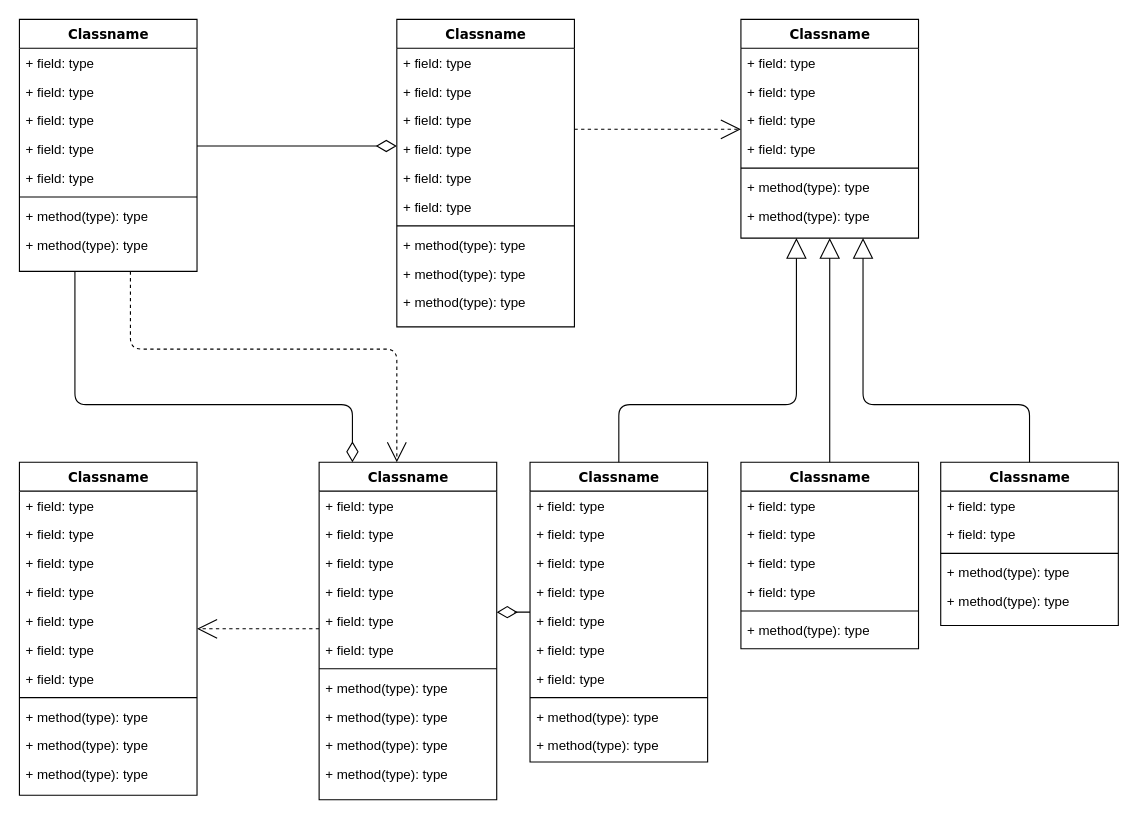
The draw.io diagram Untitled Diagram.drawio in Bevans13/personal_projects, before the edit. Source tidied: cells renumbered, new cells numbered last; positions are measured from the earlier drawing's top-left corner, leaving out a move shared by most shapes. Both pictures are drawn from the tidied source at 111%, with x=0, y=0 at pixel (19, 19).
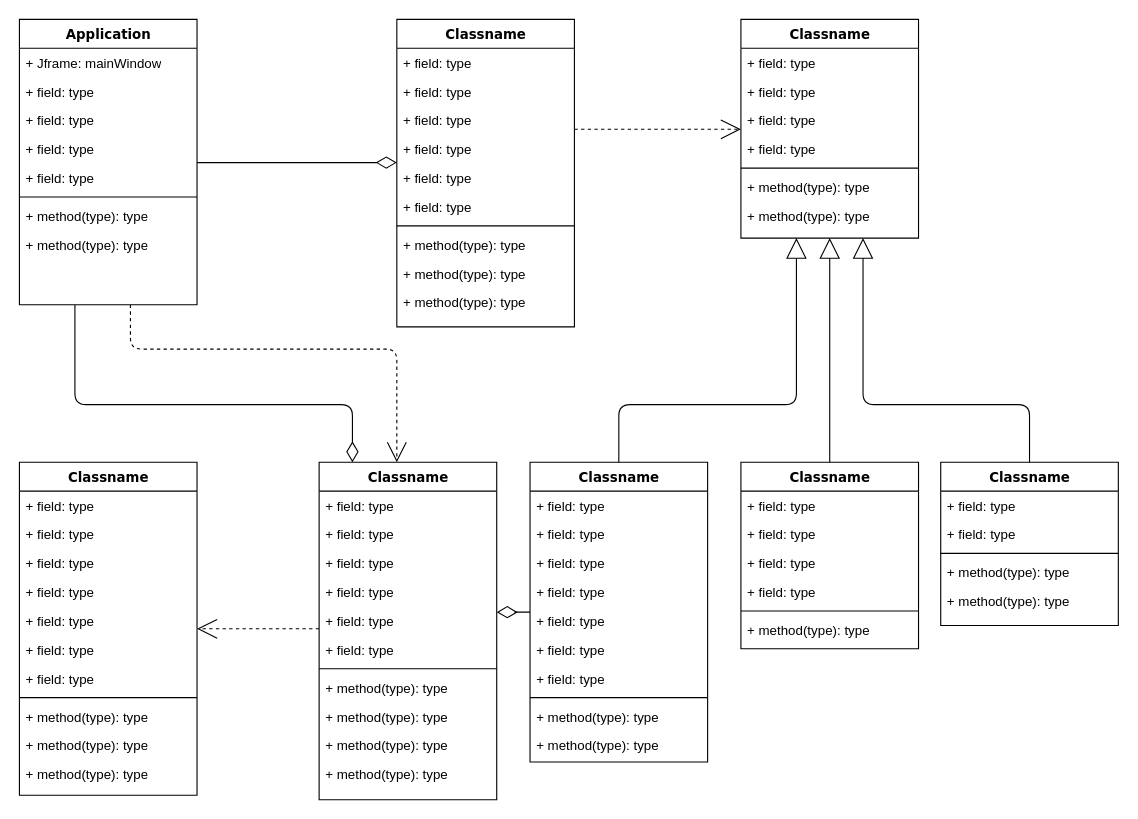
After the change.

Change to the diagram source:
```diff
@@
-    <mxCell id="4" value="Classname" style="swimlane;html=1;fontStyle=1;align=center;verticalAlign=top;horizontal=1;startSize=26;swimlaneFillColor=#ffffff;rounded=0;shadow=0;comic=0;labelBackgroundColor=none;strokeWidth=1;fillColor=none;fontFamily=Verdana;fontSize=12;" parent="1" vertex="1">
-      <mxGeometry width="160" height="227" as="geometry" />
+    <mxCell id="4" value="Application" style="swimlane;html=1;fontStyle=1;align=center;verticalAlign=top;horizontal=1;startSize=26;swimlaneFillColor=#ffffff;rounded=0;shadow=0;comic=0;labelBackgroundColor=none;strokeWidth=1;fillColor=none;fontFamily=Verdana;fontSize=12;" parent="1" vertex="1">
+      <mxGeometry width="160" height="257" as="geometry" />
     </mxCell>
-    <mxCell id="5" value="+ field: type" style="text;html=1;strokeColor=none;fillColor=none;align=left;verticalAlign=top;spacingLeft=4;spacingRight=4;whiteSpace=wrap;overflow=hidden;" parent="4" vertex="1">
+    <mxCell id="5" value="+ Jframe: mainWindow" style="text;html=1;strokeColor=none;fillColor=none;align=left;verticalAlign=top;spacingLeft=4;spacingRight=4;whiteSpace=wrap;overflow=hidden;" parent="4" vertex="1">
       <mxGeometry y="26" width="160" height="26" as="geometry" />
     </mxCell>
```
